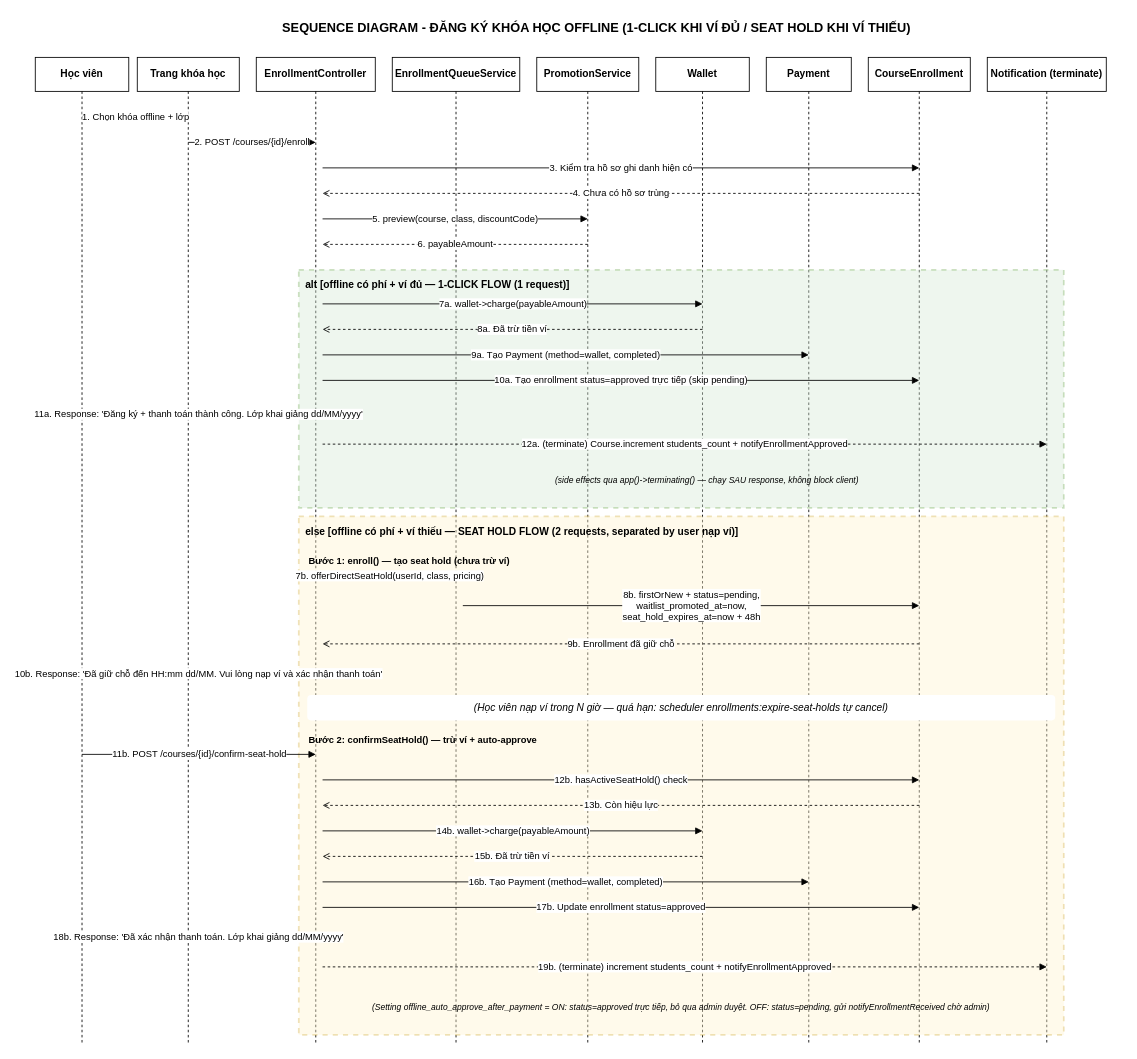
Earlier version of the draw.io diagram docs/uml/pages/07_sequence-enrollment-manual-approval.drawio (DangThanh2204/CongDangKy_KhaiTriEdu_Laravel-). Source tidied: cells renumbered, new cells numbered last; positions are measured from the earlier drawing's top-left corner, leaving out a move shared by most shapes. Both pictures are drawn from the tidied source at 85%, with x=0, y=0 at pixel (35, 14).
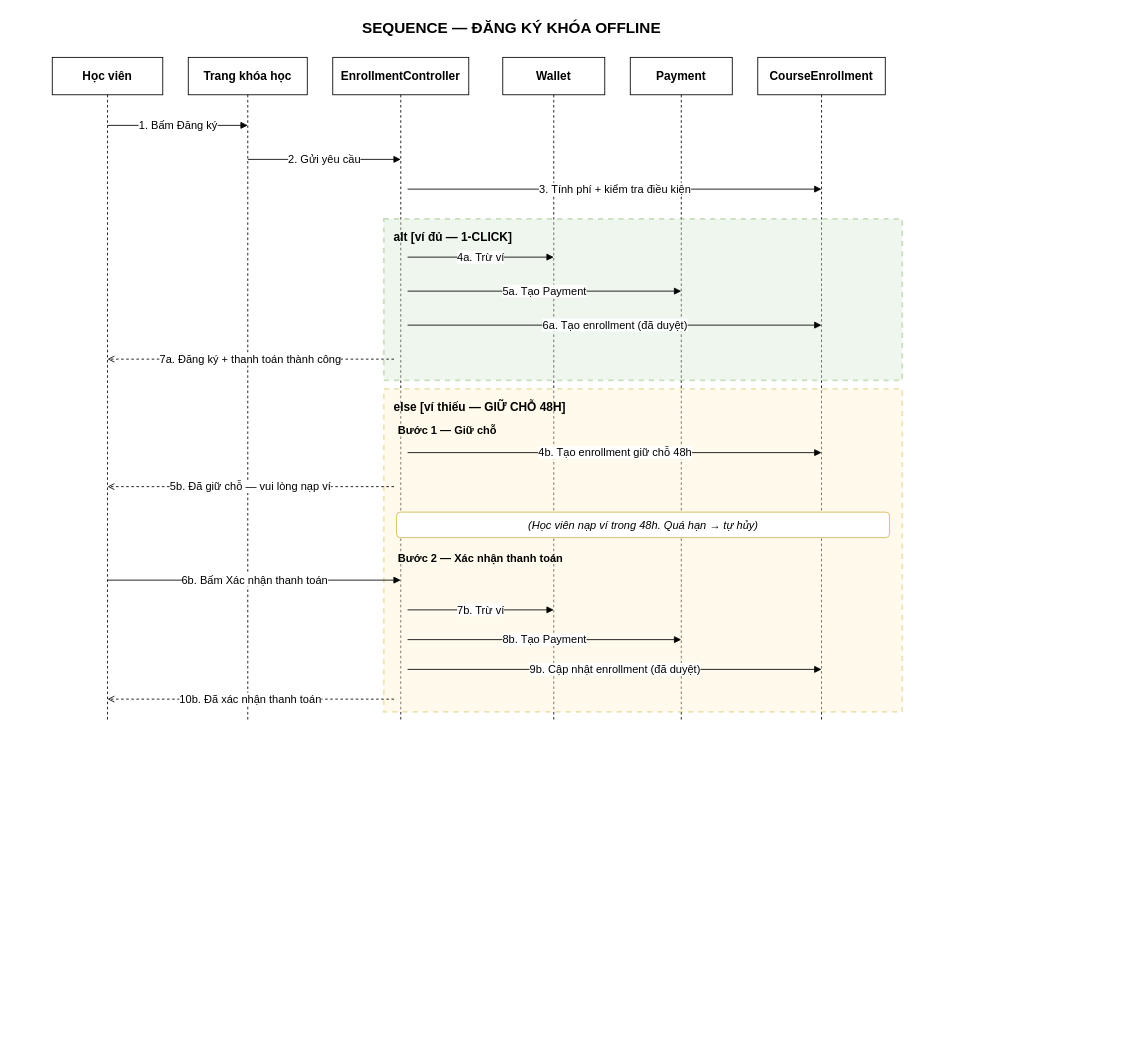
Above is the later version.

Commit message:
docs(uml): rút gọn sơ đồ 07 — chữ to hơn, ít chữ, dễ đọc trong Word

Change to the diagram source:
```diff
@@
-    <mxCell id="2" value="SEQUENCE DIAGRAM - ĐĂNG KÝ KHÓA HỌC OFFLINE (1-CLICK KHI VÍ ĐỦ / SEAT HOLD KHI VÍ THIẾU)" style="text;html=1;strokeColor=none;fillColor=none;align=center;verticalAlign=middle;fontStyle=1;fontSize=15;" parent="1" vertex="1">
-      <mxGeometry x="40" width="1240" height="30" as="geometry" />
+    <mxCell id="2" value="SEQUENCE — ĐĂNG KÝ KHÓA OFFLINE" style="text;html=1;strokeColor=none;fillColor=none;align=center;verticalAlign=middle;fontStyle=1;fontSize=18;" parent="1" vertex="1">
+      <mxGeometry x="240" width="640" height="32" as="geometry" />
     </mxCell>
-    <mxCell id="3" value="Học viên" style="rounded=0;whiteSpace=wrap;html=1;fontStyle=1;" parent="1" vertex="1">
-      <mxGeometry y="50" width="110" height="40" as="geometry" />
+    <mxCell id="3" value="Học viên" style="rounded=0;whiteSpace=wrap;html=1;fontStyle=1;fontSize=14;" parent="1" vertex="1">
+      <mxGeometry x="20" y="50" width="130" height="44" as="geometry" />
     </mxCell>
-    <mxCell id="4" value="Trang khóa học" style="rounded=0;whiteSpace=wrap;html=1;fontStyle=1;" parent="1" vertex="1">
-      <mxGeometry x="120" y="50" width="120" height="40" as="geometry" />
+    <mxCell id="4" value="Trang khóa học" style="rounded=0;whiteSpace=wrap;html=1;fontStyle=1;fontSize=14;" parent="1" vertex="1">
+      <mxGeometry x="180" y="50" width="140" height="44" as="geometry" />
     </mxCell>
-    <mxCell id="5" value="EnrollmentController" style="rounded=0;whiteSpace=wrap;html=1;fontStyle=1;" parent="1" vertex="1">
-      <mxGeometry x="260" y="50" width="140" height="40" as="geometry" />
+    <mxCell id="5" value="EnrollmentController" style="rounded=0;whiteSpace=wrap;html=1;fontStyle=1;fontSize=14;" parent="1" vertex="1">
+      <mxGeometry x="350" y="50" width="160" height="44" as="geometry" />
     </mxCell>
-    <mxCell id="6" value="EnrollmentQueueService" style="rounded=0;whiteSpace=wrap;html=1;fontStyle=1;" parent="1" vertex="1">
-      <mxGeometry x="420" y="50" width="150" height="40" as="geometry" />
-    </mxCell>
-    <mxCell id="7" value="PromotionService" style="rounded=0;whiteSpace=wrap;html=1;fontStyle=1;" parent="1" vertex="1">
-      <mxGeometry x="590" y="50" width="120" height="40" as="geometry" />
-    </mxCell>
-    <mxCell id="8" value="Wallet" style="rounded=0;whiteSpace=wrap;html=1;fontStyle=1;" parent="1" vertex="1">
-      <mxGeometry x="730" y="50" width="110" height="40" as="geometry" />
+    <mxCell id="8" value="Wallet" style="rounded=0;whiteSpace=wrap;html=1;fontStyle=1;fontSize=14;" parent="1" vertex="1">
+      <mxGeometry x="550" y="50" width="120" height="44" as="geometry" />
     </mxCell>
-    <mxCell id="9" value="Payment" style="rounded=0;whiteSpace=wrap;html=1;fontStyle=1;" parent="1" vertex="1">
-      <mxGeometry x="860" y="50" width="100" height="40" as="geometry" />
+    <mxCell id="9" value="Payment" style="rounded=0;whiteSpace=wrap;html=1;fontStyle=1;fontSize=14;" parent="1" vertex="1">
+      <mxGeometry x="700" y="50" width="120" height="44" as="geometry" />
     </mxCell>
-    <mxCell id="10" value="CourseEnrollment" style="rounded=0;whiteSpace=wrap;html=1;fontStyle=1;" parent="1" vertex="1">
-      <mxGeometry x="980" y="50" width="120" height="40" as="geometry" />
+    <mxCell id="10" value="CourseEnrollment" style="rounded=0;whiteSpace=wrap;html=1;fontStyle=1;fontSize=14;" parent="1" vertex="1">
+      <mxGeometry x="850" y="50" width="150" height="44" as="geometry" />
     </mxCell>
-    <mxCell id="11" value="Notification (terminate)" style="rounded=0;whiteSpace=wrap;html=1;fontStyle=1;" parent="1" vertex="1">
-      <mxGeometry x="1120" y="50" width="140" height="40" as="geometry" />
-    </mxCell>
     <mxCell id="12" style="dashed=1;endArrow=none;html=1;" parent="1" edge="1">
       <mxGeometry relative="1" as="geometry">
-        <mxPoint x="55" y="90" as="sourcePoint" />
-        <mxPoint x="55" y="1210" as="targetPoint" />
+        <mxPoint x="85" y="94" as="sourcePoint" />
+        <mxPoint x="85" y="830" as="targetPoint" />
       </mxGeometry>
     </mxCell>
     <mxCell id="13" style="dashed=1;endArrow=none;html=1;" parent="1" edge="1">
       <mxGeometry relative="1" as="geometry">
-        <mxPoint x="180" y="90" as="sourcePoint" />
-        <mxPoint x="180" y="1210" as="targetPoint" />
+        <mxPoint x="250" y="94" as="sourcePoint" />
+        <mxPoint x="250" y="830" as="targetPoint" />
       </mxGeometry>
     </mxCell>
     <mxCell id="14" style="dashed=1;endArrow=none;html=1;" parent="1" edge="1">
       <mxGeometry relative="1" as="geometry">
-        <mxPoint x="330" y="90" as="sourcePoint" />
-        <mxPoint x="330" y="1210" as="targetPoint" />
+        <mxPoint x="430" y="94" as="sourcePoint" />
+        <mxPoint x="430" y="830" as="targetPoint" />
       </mxGeometry>
     </mxCell>
-    <mxCell id="15" style="dashed=1;endArrow=none;html=1;" parent="1" edge="1">
-      <mxGeometry relative="1" as="geometry">
-        <mxPoint x="495" y="90" as="sourcePoint" />
-        <mxPoint x="495" y="1210" as="targetPoint" />
-      </mxGeometry>
-    </mxCell>
-    <mxCell id="16" style="dashed=1;endArrow=none;html=1;" parent="1" edge="1">
-      <mxGeometry relative="1" as="geometry">
-        <mxPoint x="650" y="90" as="sourcePoint" />
-        <mxPoint x="650" y="1210" as="targetPoint" />
-      </mxGeometry>
-    </mxCell>
     <mxCell id="17" style="dashed=1;endArrow=none;html=1;" parent="1" edge="1">
       <mxGeometry relative="1" as="geometry">
-        <mxPoint x="785" y="90" as="sourcePoint" />
-        <mxPoint x="785" y="1210" as="targetPoint" />
+        <mxPoint x="610" y="94" as="sourcePoint" />
+        <mxPoint x="610" y="830" as="targetPoint" />
       </mxGeometry>
     </mxCell>
     <mxCell id="18" style="dashed=1;endArrow=none;html=1;" parent="1" edge="1">
       <mxGeometry relative="1" as="geometry">
-        <mxPoint x="910" y="90" as="sourcePoint" />
-        <mxPoint x="910" y="1210" as="targetPoint" />
+        <mxPoint x="760" y="94" as="sourcePoint" />
+        <mxPoint x="760" y="830" as="targetPoint" />
       </mxGeometry>
     </mxCell>
     <mxCell id="19" style="dashed=1;endArrow=none;html=1;" parent="1" edge="1">
       <mxGeometry relative="1" as="geometry">
-        <mxPoint x="1040" y="90" as="sourcePoint" />
-        <mxPoint x="1040" y="1210" as="targetPoint" />
+        <mxPoint x="925" y="94" as="sourcePoint" />
+        <mxPoint x="925" y="830" as="targetPoint" />
       </mxGeometry>
     </mxCell>
-    <mxCell id="20" style="dashed=1;endArrow=none;html=1;" parent="1" edge="1">
-      <mxGeometry relative="1" as="geometry">
-        <mxPoint x="1190" y="90" as="sourcePoint" />
-        <mxPoint x="1190" y="1210" as="targetPoint" />
-      </mxGeometry>
-    </mxCell>
-    <mxCell id="21" value="1. Chọn khóa offline + lớp" style="edgeStyle=none;rounded=0;html=1;endArrow=block;" parent="1" edge="1">
+    <mxCell id="21" value="1. Bấm Đăng ký" style="edgeStyle=none;rounded=0;html=1;endArrow=block;fontSize=13;" parent="1" edge="1">
       <mxGeometry relative="1" as="geometry">
-        <mxPoint x="55" y="120" as="sourcePoint" />
-        <mxPoint x="180" y="120" as="targetPoint" />
+        <mxPoint x="85" y="130" as="sourcePoint" />
+        <mxPoint x="250" y="130" as="targetPoint" />
       </mxGeometry>
     </mxCell>
-    <mxCell id="22" value="2. POST /courses/{id}/enroll" style="edgeStyle=none;rounded=0;html=1;endArrow=block;" parent="1" edge="1">
+    <mxCell id="22" value="2. Gửi yêu cầu" style="edgeStyle=none;rounded=0;html=1;endArrow=block;fontSize=13;" parent="1" edge="1">
       <mxGeometry relative="1" as="geometry">
-        <mxPoint x="180" y="150" as="sourcePoint" />
-        <mxPoint x="330" y="150" as="targetPoint" />
+        <mxPoint x="250" y="170" as="sourcePoint" />
+        <mxPoint x="430" y="170" as="targetPoint" />
       </mxGeometry>
     </mxCell>
-    <mxCell id="23" value="3. Kiểm tra hồ sơ ghi danh hiện có" style="edgeStyle=none;rounded=0;html=1;endArrow=block;" parent="1" edge="1">
+    <mxCell id="23" value="3. Tính phí + kiểm tra điều kiện" style="edgeStyle=none;rounded=0;html=1;endArrow=block;fontSize=13;" parent="1" edge="1">
       <mxGeometry relative="1" as="geometry">
-        <mxPoint x="338" y="180" as="sourcePoint" />
-        <mxPoint x="1040" y="180" as="targetPoint" />
+        <mxPoint x="438" y="205" as="sourcePoint" />
+        <mxPoint x="925" y="205" as="targetPoint" />
       </mxGeometry>
     </mxCell>
-    <mxCell id="24" value="4. Chưa có hồ sơ trùng" style="edgeStyle=none;rounded=0;dashed=1;endArrow=open;endFill=0;html=1;" parent="1" edge="1">
-      <mxGeometry relative="1" as="geometry">
-        <mxPoint x="1040" y="210" as="sourcePoint" />
-        <mxPoint x="338" y="210" as="targetPoint" />
-      </mxGeometry>
-    </mxCell>
-    <mxCell id="25" value="5. preview(course, class, discountCode)" style="edgeStyle=none;rounded=0;html=1;endArrow=block;" parent="1" edge="1">
-      <mxGeometry relative="1" as="geometry">
-        <mxPoint x="338" y="240" as="sourcePoint" />
-        <mxPoint x="650" y="240" as="targetPoint" />
-      </mxGeometry>
-    </mxCell>
-    <mxCell id="26" value="6. payableAmount" style="edgeStyle=none;rounded=0;dashed=1;endArrow=open;endFill=0;html=1;" parent="1" edge="1">
-      <mxGeometry relative="1" as="geometry">
-        <mxPoint x="650" y="270" as="sourcePoint" />
-        <mxPoint x="338" y="270" as="targetPoint" />
-      </mxGeometry>
-    </mxCell>
-    <mxCell id="27" value="alt [offline có phí + ví đủ — 1-CLICK FLOW (1 request)]" style="rounded=0;dashed=1;whiteSpace=wrap;html=1;fontStyle=1;align=left;verticalAlign=top;spacingTop=4;spacingLeft=6;fillColor=#d5e8d4;strokeColor=#82b366;opacity=40;strokeWidth=2;" parent="1" vertex="1">
-      <mxGeometry x="310" y="300" width="900" height="280" as="geometry" />
+    <mxCell id="27" value="alt [ví đủ — 1-CLICK]" style="rounded=0;dashed=1;whiteSpace=wrap;html=1;fontStyle=1;fontSize=14;align=left;verticalAlign=top;spacingTop=6;spacingLeft=10;fillColor=#d5e8d4;strokeColor=#82b366;opacity=40;strokeWidth=2;" parent="1" vertex="1">
+      <mxGeometry x="410" y="240" width="610" height="190" as="geometry" />
     </mxCell>
-    <mxCell id="28" value="7a. wallet-&gt;charge(payableAmount)" style="edgeStyle=none;rounded=0;html=1;endArrow=block;" parent="1" edge="1">
+    <mxCell id="28" value="4a. Trừ ví" style="edgeStyle=none;rounded=0;html=1;endArrow=block;fontSize=13;" parent="1" edge="1">
       <mxGeometry relative="1" as="geometry">
-        <mxPoint x="338" y="340" as="sourcePoint" />
-        <mxPoint x="785" y="340" as="targetPoint" />
+        <mxPoint x="438" y="285" as="sourcePoint" />
+        <mxPoint x="610" y="285" as="targetPoint" />
       </mxGeometry>
     </mxCell>
-    <mxCell id="29" value="8a. Đã trừ tiền ví" style="edgeStyle=none;rounded=0;dashed=1;endArrow=open;endFill=0;html=1;" parent="1" edge="1">
-      <mxGeometry relative="1" as="geometry">
-        <mxPoint x="785" y="370" as="sourcePoint" />
-        <mxPoint x="338" y="370" as="targetPoint" />
-      </mxGeometry>
-    </mxCell>
-    <mxCell id="30" value="9a. Tạo Payment (method=wallet, completed)" style="edgeStyle=none;rounded=0;html=1;endArrow=block;" parent="1" edge="1">
+    <mxCell id="30" value="5a. Tạo Payment" style="edgeStyle=none;rounded=0;html=1;endArrow=block;fontSize=13;" parent="1" edge="1">
       <mxGeometry relative="1" as="geometry">
-        <mxPoint x="338" y="400" as="sourcePoint" />
-        <mxPoint x="910" y="400" as="targetPoint" />
+        <mxPoint x="438" y="325" as="sourcePoint" />
+        <mxPoint x="760" y="325" as="targetPoint" />
       </mxGeometry>
     </mxCell>
-    <mxCell id="31" value="10a. Tạo enrollment status=approved trực tiếp (skip pending)" style="edgeStyle=none;rounded=0;html=1;endArrow=block;" parent="1" edge="1">
+    <mxCell id="31" value="6a. Tạo enrollment (đã duyệt)" style="edgeStyle=none;rounded=0;html=1;endArrow=block;fontSize=13;" parent="1" edge="1">
       <mxGeometry relative="1" as="geometry">
-        <mxPoint x="338" y="430" as="sourcePoint" />
-        <mxPoint x="1040" y="430" as="targetPoint" />
+        <mxPoint x="438" y="365" as="sourcePoint" />
+        <mxPoint x="925" y="365" as="targetPoint" />
       </mxGeometry>
     </mxCell>
-    <mxCell id="32" value="11a. Response: 'Đăng ký + thanh toán thành công. Lớp khai giảng dd/MM/yyyy'" style="edgeStyle=none;rounded=0;dashed=1;endArrow=open;endFill=0;html=1;" parent="1" edge="1">
+    <mxCell id="32" value="7a. Đăng ký + thanh toán thành công" style="edgeStyle=none;rounded=0;dashed=1;endArrow=open;endFill=0;html=1;fontSize=13;" parent="1" edge="1">
       <mxGeometry relative="1" as="geometry">
-        <mxPoint x="330" y="470" as="sourcePoint" />
-        <mxPoint x="55" y="470" as="targetPoint" />
+        <mxPoint x="422" y="405" as="sourcePoint" />
+        <mxPoint x="85" y="405" as="targetPoint" />
       </mxGeometry>
     </mxCell>
-    <mxCell id="33" value="12a. (terminate) Course.increment students_count + notifyEnrollmentApproved" style="edgeStyle=none;rounded=0;html=1;endArrow=block;dashed=1;" parent="1" edge="1">
-      <mxGeometry relative="1" as="geometry">
-        <mxPoint x="338" y="505" as="sourcePoint" />
-        <mxPoint x="1190" y="505" as="targetPoint" />
-      </mxGeometry>
-    </mxCell>
-    <mxCell id="34" value="(side effects qua app()-&gt;terminating() — chạy SAU response, không block client)" style="text;html=1;strokeColor=none;fillColor=none;align=center;fontStyle=2;fontSize=10;" parent="1" vertex="1">
-      <mxGeometry x="390" y="535" width="800" height="20" as="geometry" />
-    </mxCell>
-    <mxCell id="35" value="else [offline có phí + ví thiếu — SEAT HOLD FLOW (2 requests, separated by user nạp ví)]" style="rounded=0;dashed=1;whiteSpace=wrap;html=1;fontStyle=1;align=left;verticalAlign=top;spacingTop=4;spacingLeft=6;fillColor=#fff2cc;strokeColor=#d6b656;opacity=40;strokeWidth=2;" parent="1" vertex="1">
-      <mxGeometry x="310" y="590" width="900" height="610" as="geometry" />
+    <mxCell id="35" value="else [ví thiếu — GIỮ CHỖ 48H]" style="rounded=0;dashed=1;whiteSpace=wrap;html=1;fontStyle=1;fontSize=14;align=left;verticalAlign=top;spacingTop=6;spacingLeft=10;fillColor=#fff2cc;strokeColor=#d6b656;opacity=40;strokeWidth=2;" parent="1" vertex="1">
+      <mxGeometry x="410" y="440" width="610" height="380" as="geometry" />
     </mxCell>
-    <mxCell id="36" value="Bước 1: enroll() — tạo seat hold (chưa trừ ví)" style="text;html=1;strokeColor=none;fillColor=none;align=left;fontStyle=1;fontSize=11;" parent="1" vertex="1">
-      <mxGeometry x="320" y="630" width="500" height="20" as="geometry" />
+    <mxCell id="36" value="Bước 1 — Giữ chỗ" style="text;html=1;strokeColor=none;fillColor=none;align=left;fontStyle=1;fontSize=13;" parent="1" vertex="1">
+      <mxGeometry x="425" y="475" width="200" height="22" as="geometry" />
     </mxCell>
-    <mxCell id="37" value="7b. offerDirectSeatHold(userId, class, pricing)" style="edgeStyle=none;rounded=0;html=1;endArrow=block;" parent="1" edge="1">
-      <mxGeometry relative="1" as="geometry">
-        <mxPoint x="338" y="660" as="sourcePoint" />
-        <mxPoint x="495" y="660" as="targetPoint" />
-      </mxGeometry>
-    </mxCell>
-    <mxCell id="38" value="8b. firstOrNew + status=pending,&#10;waitlist_promoted_at=now,&#10;seat_hold_expires_at=now + 48h" style="edgeStyle=none;rounded=0;html=1;endArrow=block;" parent="1" edge="1">
+    <mxCell id="38" value="4b. Tạo enrollment giữ chỗ 48h" style="edgeStyle=none;rounded=0;html=1;endArrow=block;fontSize=13;" parent="1" edge="1">
       <mxGeometry relative="1" as="geometry">
-        <mxPoint x="503" y="695" as="sourcePoint" />
-        <mxPoint x="1040" y="695" as="targetPoint" />
+        <mxPoint x="438" y="515" as="sourcePoint" />
+        <mxPoint x="925" y="515" as="targetPoint" />
       </mxGeometry>
     </mxCell>
-    <mxCell id="39" value="9b. Enrollment đã giữ chỗ" style="edgeStyle=none;rounded=0;dashed=1;endArrow=open;endFill=0;html=1;" parent="1" edge="1">
-      <mxGeometry relative="1" as="geometry">
-        <mxPoint x="1040" y="740" as="sourcePoint" />
-        <mxPoint x="338" y="740" as="targetPoint" />
-      </mxGeometry>
-    </mxCell>
-    <mxCell id="40" value="10b. Response: 'Đã giữ chỗ đến HH:mm dd/MM. Vui lòng nạp ví và xác nhận thanh toán'" style="edgeStyle=none;rounded=0;dashed=1;endArrow=open;endFill=0;html=1;" parent="1" edge="1">
+    <mxCell id="40" value="5b. Đã giữ chỗ — vui lòng nạp ví" style="edgeStyle=none;rounded=0;dashed=1;endArrow=open;endFill=0;html=1;fontSize=13;" parent="1" edge="1">
       <mxGeometry relative="1" as="geometry">
-        <mxPoint x="330" y="775" as="sourcePoint" />
-        <mxPoint x="55" y="775" as="targetPoint" />
+        <mxPoint x="422" y="555" as="sourcePoint" />
+        <mxPoint x="85" y="555" as="targetPoint" />
       </mxGeometry>
     </mxCell>
-    <mxCell id="41" value="(Học viên nạp ví trong N giờ — quá hạn: scheduler enrollments:expire-seat-holds tự cancel)" style="text;html=1;strokeColor=none;fillColor=#ffffff;align=center;verticalAlign=middle;fontStyle=2;whiteSpace=wrap;rounded=1;" parent="1" vertex="1">
-      <mxGeometry x="320" y="800" width="880" height="30" as="geometry" />
+    <mxCell id="41" value="(Học viên nạp ví trong 48h. Quá hạn → tự hủy)" style="text;html=1;strokeColor=#d6b656;fillColor=#ffffff;align=center;verticalAlign=middle;fontStyle=2;fontSize=13;rounded=1;" parent="1" vertex="1">
+      <mxGeometry x="425" y="585" width="580" height="30" as="geometry" />
     </mxCell>
-    <mxCell id="42" value="Bước 2: confirmSeatHold() — trừ ví + auto-approve" style="text;html=1;strokeColor=none;fillColor=none;align=left;fontStyle=1;fontSize=11;" parent="1" vertex="1">
-      <mxGeometry x="320" y="840" width="500" height="20" as="geometry" />
+    <mxCell id="42" value="Bước 2 — Xác nhận thanh toán" style="text;html=1;strokeColor=none;fillColor=none;align=left;fontStyle=1;fontSize=13;" parent="1" vertex="1">
+      <mxGeometry x="425" y="625" width="280" height="22" as="geometry" />
     </mxCell>
-    <mxCell id="43" value="11b. POST /courses/{id}/confirm-seat-hold" style="edgeStyle=none;rounded=0;html=1;endArrow=block;" parent="1" edge="1">
+    <mxCell id="43" value="6b. Bấm Xác nhận thanh toán" style="edgeStyle=none;rounded=0;html=1;endArrow=block;fontSize=13;" parent="1" edge="1">
       <mxGeometry relative="1" as="geometry">
-        <mxPoint x="55" y="870" as="sourcePoint" />
-        <mxPoint x="330" y="870" as="targetPoint" />
+        <mxPoint x="85" y="665" as="sourcePoint" />
+        <mxPoint x="430" y="665" as="targetPoint" />
       </mxGeometry>
     </mxCell>
-    <mxCell id="44" value="12b. hasActiveSeatHold() check" style="edgeStyle=none;rounded=0;html=1;endArrow=block;" parent="1" edge="1">
-      <mxGeometry relative="1" as="geometry">
-        <mxPoint x="338" y="900" as="sourcePoint" />
-        <mxPoint x="1040" y="900" as="targetPoint" />
-      </mxGeometry>
-    </mxCell>
-    <mxCell id="45" value="13b. Còn hiệu lực" style="edgeStyle=none;rounded=0;dashed=1;endArrow=open;endFill=0;html=1;" parent="1" edge="1">
-      <mxGeometry relative="1" as="geometry">
-        <mxPoint x="1040" y="930" as="sourcePoint" />
-        <mxPoint x="338" y="930" as="targetPoint" />
-      </mxGeometry>
-    </mxCell>
-    <mxCell id="46" value="14b. wallet-&gt;charge(payableAmount)" style="edgeStyle=none;rounded=0;html=1;endArrow=block;" parent="1" edge="1">
+    <mxCell id="46" value="7b. Trừ ví" style="edgeStyle=none;rounded=0;html=1;endArrow=block;fontSize=13;" parent="1" edge="1">
       <mxGeometry relative="1" as="geometry">
-        <mxPoint x="338" y="960" as="sourcePoint" />
-        <mxPoint x="785" y="960" as="targetPoint" />
+        <mxPoint x="438" y="700" as="sourcePoint" />
+        <mxPoint x="610" y="700" as="targetPoint" />
       </mxGeometry>
     </mxCell>
-    <mxCell id="47" value="15b. Đã trừ tiền ví" style="edgeStyle=none;rounded=0;dashed=1;endArrow=open;endFill=0;html=1;" parent="1" edge="1">
-      <mxGeometry relative="1" as="geometry">
-        <mxPoint x="785" y="990" as="sourcePoint" />
-        <mxPoint x="338" y="990" as="targetPoint" />
-      </mxGeometry>
-    </mxCell>
-    <mxCell id="48" value="16b. Tạo Payment (method=wallet, completed)" style="edgeStyle=none;rounded=0;html=1;endArrow=block;" parent="1" edge="1">
+    <mxCell id="48" value="8b. Tạo Payment" style="edgeStyle=none;rounded=0;html=1;endArrow=block;fontSize=13;" parent="1" edge="1">
       <mxGeometry relative="1" as="geometry">
-        <mxPoint x="338" y="1020" as="sourcePoint" />
-        <mxPoint x="910" y="1020" as="targetPoint" />
+        <mxPoint x="438" y="735" as="sourcePoint" />
+        <mxPoint x="760" y="735" as="targetPoint" />
       </mxGeometry>
     </mxCell>
-    <mxCell id="49" value="17b. Update enrollment status=approved" style="edgeStyle=none;rounded=0;html=1;endArrow=block;" parent="1" edge="1">
+    <mxCell id="49" value="9b. Cập nhật enrollment (đã duyệt)" style="edgeStyle=none;rounded=0;html=1;endArrow=block;fontSize=13;" parent="1" edge="1">
       <mxGeometry relative="1" as="geometry">
-        <mxPoint x="338" y="1050" as="sourcePoint" />
-        <mxPoint x="1040" y="1050" as="targetPoint" />
+        <mxPoint x="438" y="770" as="sourcePoint" />
+        <mxPoint x="925" y="770" as="targetPoint" />
       </mxGeometry>
     </mxCell>
-    <mxCell id="50" value="18b. Response: 'Đã xác nhận thanh toán. Lớp khai giảng dd/MM/yyyy'" style="edgeStyle=none;rounded=0;dashed=1;endArrow=open;endFill=0;html=1;" parent="1" edge="1">
+    <mxCell id="50" value="10b. Đã xác nhận thanh toán" style="edgeStyle=none;rounded=0;dashed=1;endArrow=open;endFill=0;html=1;fontSize=13;" parent="1" edge="1">
       <mxGeometry relative="1" as="geometry">
-        <mxPoint x="330" y="1085" as="sourcePoint" />
-        <mxPoint x="55" y="1085" as="targetPoint" />
+        <mxPoint x="422" y="805" as="sourcePoint" />
+        <mxPoint x="85" y="805" as="targetPoint" />
       </mxGeometry>
     </mxCell>
-    <mxCell id="51" value="19b. (terminate) increment students_count + notifyEnrollmentApproved" style="edgeStyle=none;rounded=0;html=1;endArrow=block;dashed=1;" parent="1" edge="1">
-      <mxGeometry relative="1" as="geometry">
-        <mxPoint x="338" y="1120" as="sourcePoint" />
-        <mxPoint x="1190" y="1120" as="targetPoint" />
-      </mxGeometry>
-    </mxCell>
-    <mxCell id="52" value="(Setting offline_auto_approve_after_payment = ON: status=approved trực tiếp, bỏ qua admin duyệt. OFF: status=pending, gửi notifyEnrollmentReceived chờ admin)" style="text;html=1;strokeColor=none;fillColor=none;align=center;fontStyle=2;fontSize=10;whiteSpace=wrap;" parent="1" vertex="1">
-      <mxGeometry x="320" y="1155" width="880" height="35" as="geometry" />
-    </mxCell>
```
